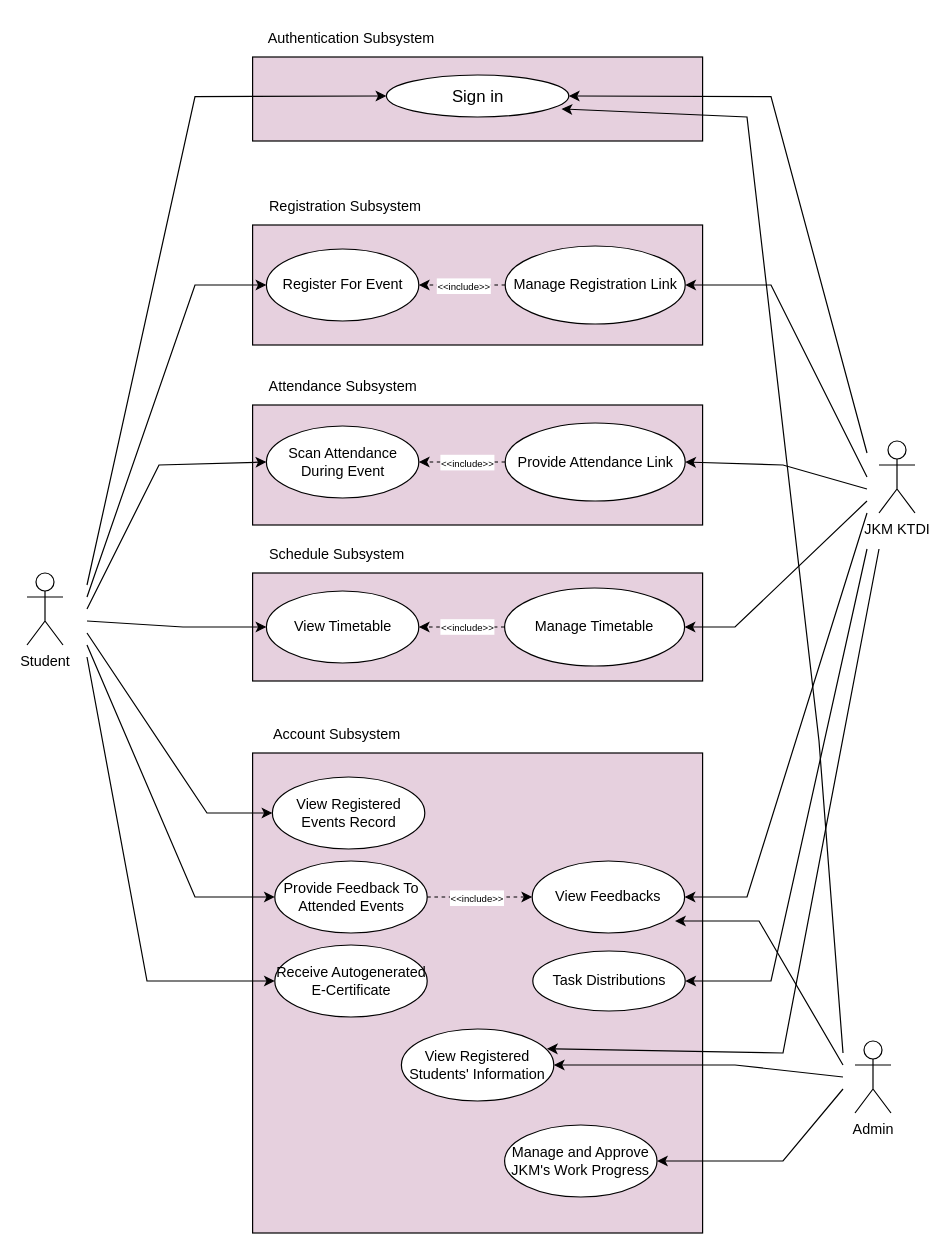
The draw.io diagram page "use case" (2 of 4) of project/drawio/Curiousity/UML.drawio in drshahizan/software-engineering, before the edit. Source tidied: cells renumbered, new cells numbered last; positions are measured from the earlier drawing's top-left corner, leaving out a move shared by most shapes. Both pictures are drawn from the tidied source at 120%, with x=0, y=0 at pixel (26, 20).
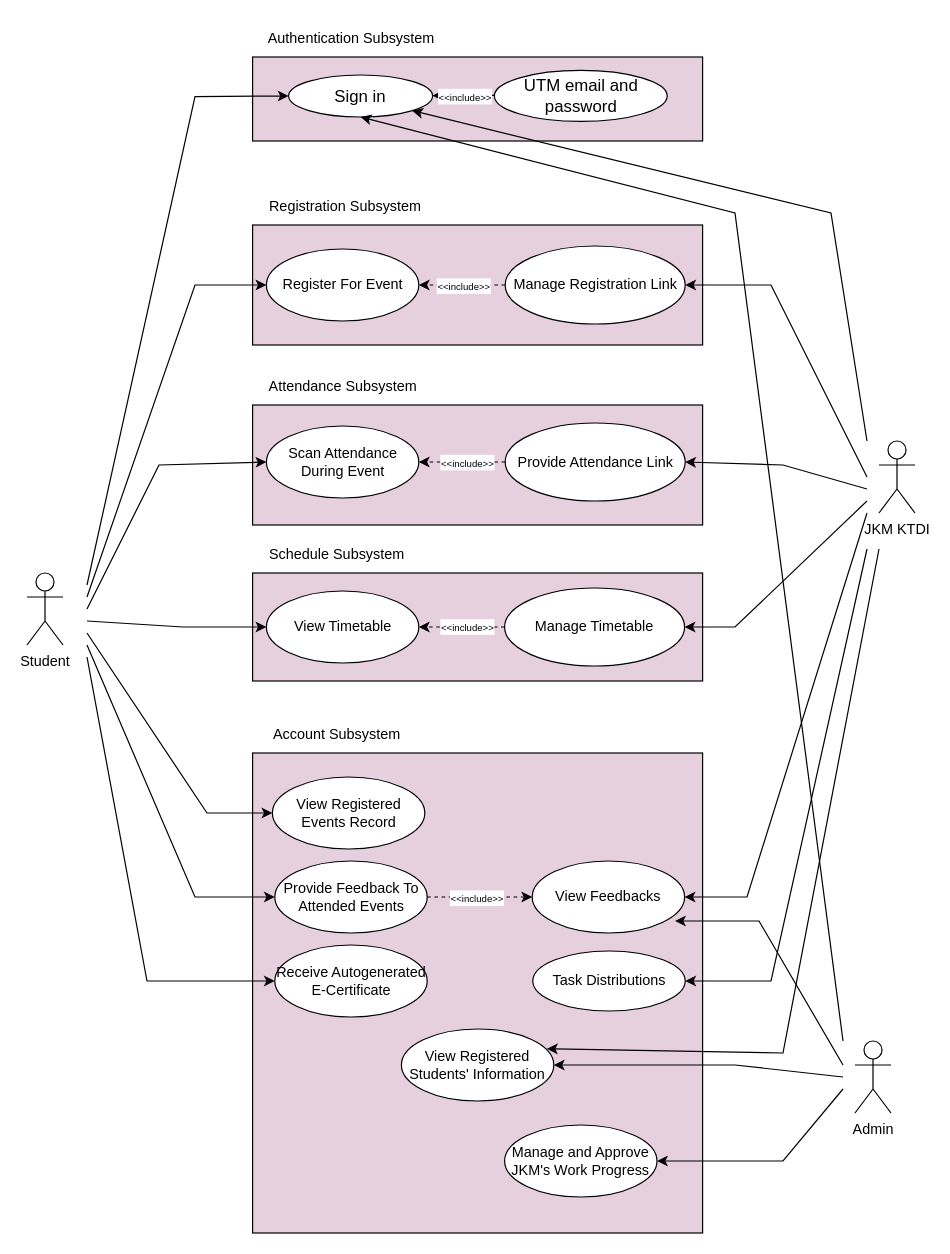
The same diagram, later.

What changed in the source:
```diff
@@
     <mxCell id="6" value="&lt;font style=&quot;font-size: 14px;&quot;&gt;Sign in&lt;/font&gt;" style="ellipse;whiteSpace=wrap;html=1;" parent="1" vertex="1">
-      <mxGeometry x="299.5" y="45" width="152" height="35" as="geometry" />
+      <mxGeometry x="218" y="45" width="120" height="35" as="geometry" />
     </mxCell>
@@
-    <mxCell id="38" style="endArrow=classic;html=1;rounded=0;entryX=1;entryY=0.5;entryDx=0;entryDy=0;" parent="1" edge="1" target="6">
-      <mxGeometry relative="1" as="geometry">
-        <mxPoint x="700" y="360" as="sourcePoint" />
-        <Array as="points">
-          <mxPoint x="620" y="63" />
-        </Array>
-      </mxGeometry>
-    </mxCell>
@@
-    <mxCell id="53" style="endArrow=classic;html=1;rounded=0;entryX=0.96;entryY=0.808;entryDx=0;entryDy=0;entryPerimeter=0;" parent="1" edge="1" target="6">
-      <mxGeometry relative="1" as="geometry">
-        <mxPoint x="680" y="860" as="sourcePoint" />
-        <Array as="points">
-          <mxPoint x="660" y="600" />
-          <mxPoint x="600" y="80" />
-        </Array>
-      </mxGeometry>
-    </mxCell>
@@
+    <mxCell id="55" value="&lt;span style=&quot;font-size: 14px;&quot;&gt;UTM email and password&lt;/span&gt;" style="ellipse;whiteSpace=wrap;html=1;" parent="1" vertex="1">
+      <mxGeometry x="389.5" y="41.2" width="144" height="42.5" as="geometry" />
+    </mxCell>
+    <mxCell id="56" style="endArrow=classic;html=1;rounded=0;entryX=1;entryY=1;entryDx=0;entryDy=0;" parent="1" edge="1" target="6">
+      <mxGeometry relative="1" as="geometry">
+        <mxPoint x="700" y="350" as="sourcePoint" />
+        <Array as="points">
+          <mxPoint x="670" y="160" />
+        </Array>
+      </mxGeometry>
+    </mxCell>
+    <mxCell id="57" style="endArrow=classic;html=1;rounded=0;entryX=0.5;entryY=1;entryDx=0;entryDy=0;" parent="1" edge="1" target="6">
+      <mxGeometry relative="1" as="geometry">
+        <mxPoint x="680" y="850" as="sourcePoint" />
+        <Array as="points">
+          <mxPoint x="590" y="160" />
+        </Array>
+      </mxGeometry>
+    </mxCell>
+    <mxCell id="58" style="html=1;labelBackgroundColor=#ffffff;startArrow=none;startFill=0;startSize=6;endArrow=classic;endFill=1;endSize=6;jettySize=auto;orthogonalLoop=1;strokeWidth=1;dashed=1;fontSize=14;rounded=0;entryX=1;entryY=0.5;entryDx=0;entryDy=0;" parent="1" edge="1">
+      <mxGeometry relative="1" as="geometry">
+        <mxPoint x="390" y="62" as="sourcePoint" />
+        <mxPoint x="338" y="62.2" as="targetPoint" />
+      </mxGeometry>
+    </mxCell>
+    <mxCell id="59" value="&lt;font style=&quot;font-size: 8px;&quot;&gt;&amp;lt;&amp;lt;include&amp;gt;&amp;gt;&lt;/font&gt;" style="edgeLabel;html=1;align=center;verticalAlign=middle;" parent="58" vertex="1">
+      <mxGeometry x="-0.15" y="1" relative="1" as="geometry">
+        <mxPoint x="-4" y="-1" as="offset" />
+      </mxGeometry>
+    </mxCell>
```
